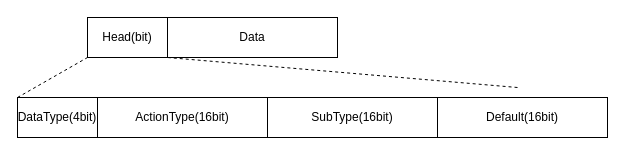
Above: testDirectory/代理通信协议格式.drawio in Moose1273/- (draw.io), before the change. Source tidied: cells renumbered, new cells numbered last; positions are measured from the earlier drawing's top-left corner, leaving out a move shared by most shapes. Both pictures are drawn from the tidied source at 100%, with x=0, y=0 at pixel (17, 17).
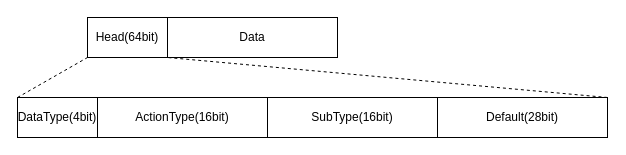
After the change.

Commit message (it also covers changes not shown here):
更新代理通信协议格式.drawio

Diff of the diagram source:
```diff
@@
 <mxGraphModel>
   <root>
     <mxCell id="0" />
     <mxCell id="1" parent="0" />
     <mxCell id="2" style="endArrow=none;html=1;rounded=0;entryX=0.23;entryY=0.005;entryDx=0;entryDy=0;entryPerimeter=0;exitX=0.23;exitY=0.984;exitDx=0;exitDy=0;exitPerimeter=0;" parent="1" edge="1">
       <mxGeometry relative="1" as="geometry">
         <mxPoint x="150" y="39.2" as="sourcePoint" />
         <mxPoint x="150" as="targetPoint" />
       </mxGeometry>
     </mxCell>
     <mxCell id="3" value="DataType(4bit)" style="rounded=0;whiteSpace=wrap;html=1;" parent="1" vertex="1">
       <mxGeometry y="80" width="80" height="40" as="geometry" />
     </mxCell>
     <mxCell id="4" style="endArrow=none;dashed=1;html=1;rounded=0;entryX=0;entryY=1;entryDx=0;entryDy=0;exitX=0;exitY=0;exitDx=0;exitDy=0;" parent="1" edge="1" source="3">
       <mxGeometry relative="1" as="geometry">
         <mxPoint x="70" y="40" as="targetPoint" />
       </mxGeometry>
     </mxCell>
-    <mxCell id="5" style="endArrow=none;dashed=1;html=1;rounded=0;entryX=0.32;entryY=1;entryDx=0;entryDy=0;entryPerimeter=0;" parent="1" edge="1">
+    <mxCell id="5" style="endArrow=none;dashed=1;html=1;rounded=0;entryX=0.32;entryY=1;entryDx=0;entryDy=0;entryPerimeter=0;exitX=1;exitY=0;exitDx=0;exitDy=0;" parent="1" edge="1" source="10">
       <mxGeometry relative="1" as="geometry">
-        <mxPoint x="500" y="70" as="sourcePoint" />
         <mxPoint x="150" y="40" as="targetPoint" />
       </mxGeometry>
     </mxCell>
     <mxCell id="6" value="ActionType(16bit)" style="rounded=0;whiteSpace=wrap;html=1;" parent="1" vertex="1">
       <mxGeometry x="80" y="80" width="170" height="40" as="geometry" />
     </mxCell>
     <mxCell id="7" value="SubType(16bit)" style="rounded=0;whiteSpace=wrap;html=1;" parent="1" vertex="1">
       <mxGeometry x="250" y="80" width="170" height="40" as="geometry" />
     </mxCell>
-    <mxCell id="8" value="Head(bit)" style="rounded=0;whiteSpace=wrap;html=1;" parent="1" vertex="1">
+    <mxCell id="8" value="Head(64bit)" style="rounded=0;whiteSpace=wrap;html=1;" parent="1" vertex="1">
       <mxGeometry x="70" width="80" height="40" as="geometry" />
     </mxCell>
     <mxCell id="9" value="Data" style="rounded=0;whiteSpace=wrap;html=1;" parent="1" vertex="1">
       <mxGeometry x="150" width="170" height="40" as="geometry" />
     </mxCell>
-    <mxCell id="10" value="Default(16bit)" style="rounded=0;whiteSpace=wrap;html=1;" parent="1" vertex="1">
+    <mxCell id="10" value="Default(28bit)" style="rounded=0;whiteSpace=wrap;html=1;" parent="1" vertex="1">
       <mxGeometry x="420" y="80" width="170" height="40" as="geometry" />
     </mxCell>
   </root>
 </mxGraphModel>
```
